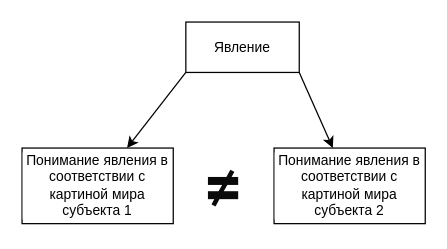
Above: page "переход к науч исс" (4 of 6) of Основы системного анализа/lab1/Диаграммы.drawio in kuskas112/Labs (draw.io), before the change. Source tidied: cells renumbered, new cells numbered last; positions are measured from the earlier drawing's top-left corner, leaving out a move shared by most shapes. Both pictures are drawn from the tidied source at 126%, with x=0, y=0 at pixel (21, 21).
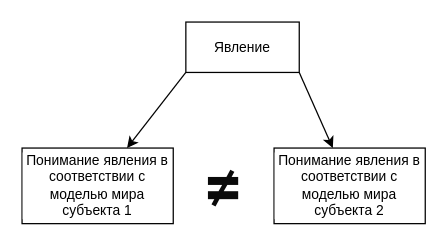
Above is the later version.

Diff of the diagram source:
```diff
@@
 <mxGraphModel>
   <root>
     <mxCell id="0" />
     <mxCell id="1" parent="0" />
     <mxCell id="2" style="edgeStyle=none;rounded=0;jettySize=auto;html=1;exitX=0;exitY=1;exitDx=0;exitDy=0;strokeColor=default;align=center;verticalAlign=middle;fontFamily=Helvetica;fontSize=11;fontColor=default;labelBackgroundColor=default;endArrow=classic;" parent="1" edge="1" source="4" target="5">
       <mxGeometry relative="1" as="geometry" />
     </mxCell>
     <mxCell id="3" style="edgeStyle=none;rounded=0;jettySize=auto;html=1;exitX=1;exitY=1;exitDx=0;exitDy=0;strokeColor=default;align=center;verticalAlign=middle;fontFamily=Helvetica;fontSize=11;fontColor=default;labelBackgroundColor=default;endArrow=classic;" parent="1" edge="1" source="4" target="6">
       <mxGeometry relative="1" as="geometry" />
     </mxCell>
     <mxCell id="4" value="Явление" style="rounded=0;whiteSpace=wrap;html=1;fontFamily=Helvetica;fontSize=11;fontColor=default;labelBackgroundColor=default;" parent="1" vertex="1">
       <mxGeometry x="130" width="90" height="40" as="geometry" />
     </mxCell>
-    <mxCell id="5" value="Понимание явления в соответствии с картиной мира субъекта 1" style="rounded=0;whiteSpace=wrap;html=1;fontFamily=Helvetica;fontSize=11;fontColor=default;labelBackgroundColor=default;" parent="1" vertex="1">
+    <mxCell id="5" value="Понимание явления в соответствии с моделью мира субъекта 1" style="rounded=0;whiteSpace=wrap;html=1;fontFamily=Helvetica;fontSize=11;fontColor=default;labelBackgroundColor=default;" parent="1" vertex="1">
       <mxGeometry y="100" width="120" height="60" as="geometry" />
     </mxCell>
-    <mxCell id="6" value="Понимание явления в соответствии с картиной мира субъекта 2" style="rounded=0;whiteSpace=wrap;html=1;fontFamily=Helvetica;fontSize=11;fontColor=default;labelBackgroundColor=default;" parent="1" vertex="1">
+    <mxCell id="6" value="Понимание явления в соответствии с моделью мира субъекта 2" style="rounded=0;whiteSpace=wrap;html=1;fontFamily=Helvetica;fontSize=11;fontColor=default;labelBackgroundColor=default;" parent="1" vertex="1">
       <mxGeometry x="200" y="100" width="120" height="60" as="geometry" />
     </mxCell>
     <mxCell id="7" value="&lt;span style=&quot;font-weight: bolder; color: rgb(10, 10, 10); font-family: &amp;quot;Google Sans&amp;quot;, Roboto, Arial, sans-serif; text-align: start;&quot; class=&quot;Yjhzub&quot;&gt;&lt;font style=&quot;font-size: 55px;&quot;&gt;≠&lt;/font&gt;&lt;/span&gt;" style="text;html=1;align=center;verticalAlign=middle;whiteSpace=wrap;rounded=0;fontFamily=Helvetica;fontSize=11;fontColor=default;labelBackgroundColor=default;" parent="1" vertex="1">
       <mxGeometry x="130" y="115" width="60" height="30" as="geometry" />
     </mxCell>
   </root>
 </mxGraphModel>
```
